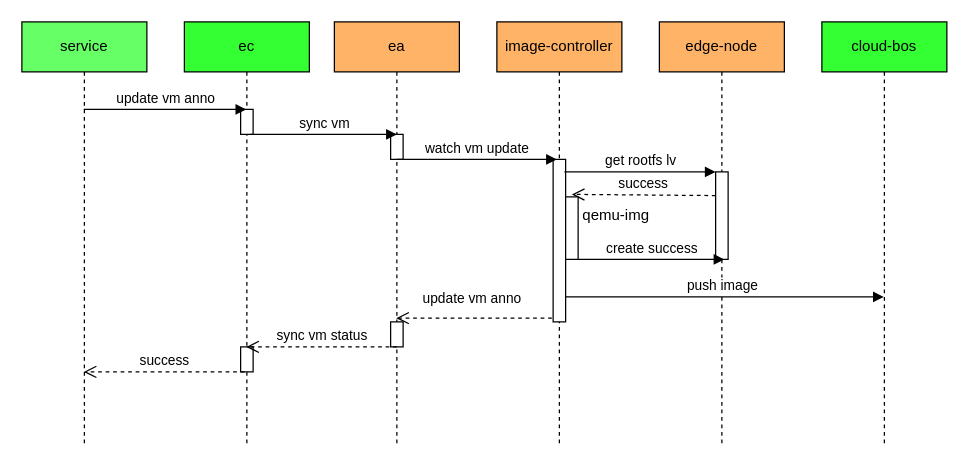
Above: page "Page-1" (1 of 2) of image.drawio in ZP-AlwaysWin/diagram (draw.io), before the change. Source tidied: cells renumbered, new cells numbered last; positions are measured from the earlier drawing's top-left corner, leaving out a move shared by most shapes. Both pictures are drawn from the tidied source at 125%, with x=0, y=0 at pixel (21, 21).
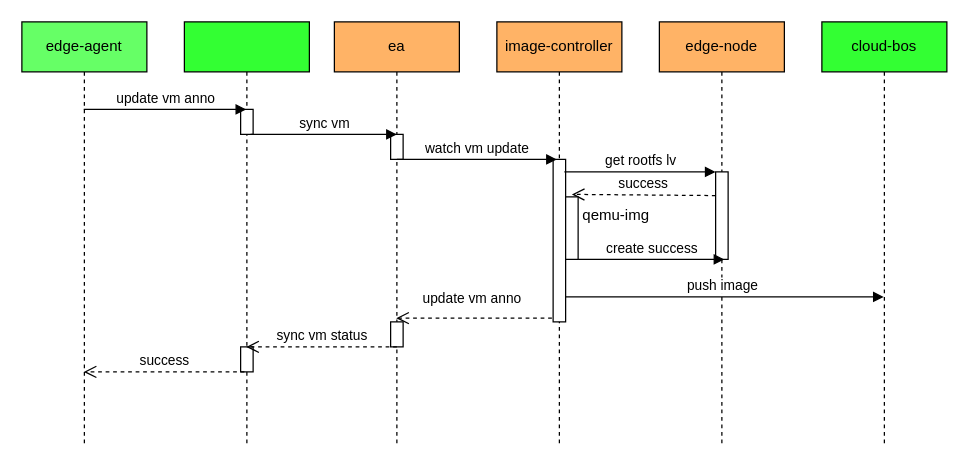
The same diagram, later.

Diff of the diagram source:
```diff
@@
-    <mxCell id="2" value="service" style="shape=umlLifeline;perimeter=lifelinePerimeter;whiteSpace=wrap;html=1;outlineConnect=0;fillColor=#66FF66;" parent="1" vertex="1">
+    <mxCell id="2" value="edge-agent" style="shape=umlLifeline;perimeter=lifelinePerimeter;whiteSpace=wrap;html=1;outlineConnect=0;fillColor=#66FF66;" parent="1" vertex="1">
       <mxGeometry width="100" height="340" as="geometry" />
     </mxCell>
-    <mxCell id="3" value="ec" style="shape=umlLifeline;perimeter=lifelinePerimeter;whiteSpace=wrap;html=1;outlineConnect=0;fillColor=#33FF33;" parent="1" vertex="1">
+    <mxCell id="3" style="shape=umlLifeline;perimeter=lifelinePerimeter;whiteSpace=wrap;html=1;outlineConnect=0;fillColor=#33FF33;" parent="1" vertex="1">
       <mxGeometry x="130" width="100" height="340" as="geometry" />
     </mxCell>
```
